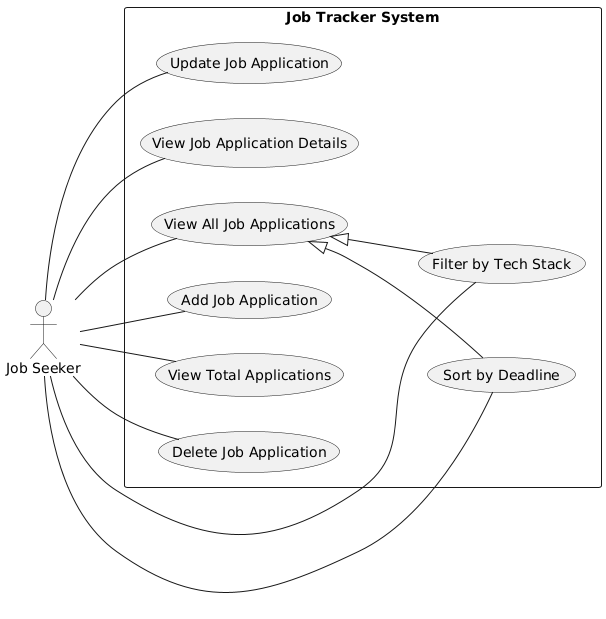
ComPro2025AprilEntry/MPP-Project keeps this PlantUML diagram as frontend/resources/Use Case Diagram.png. Above is the earlier version.
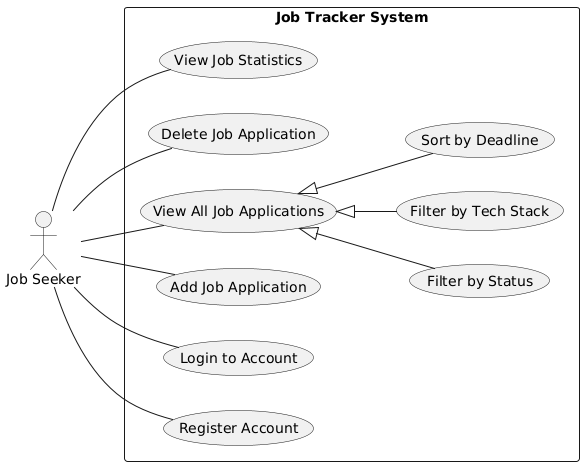
Later version of the same file.

What changed in the source:
```diff
@@ -4,29 +4,28 @@
 actor "Job Seeker" as JobSeeker
 
 rectangle "Job Tracker System" {
+    usecase "Register Account" as Register
+    usecase "Login to Account" as Login
+
     usecase "Add Job Application" as AddJob
     usecase "View All Job Applications" as ViewAll
-    usecase "View Job Application Details" as ViewDetails
-    usecase "Update Job Application" as UpdateJob
     usecase "Delete Job Application" as DeleteJob
+    usecase "View Job Statistics" as ViewStats
 
+    usecase "Filter by Status" as FilterStatus
     usecase "Filter by Tech Stack" as FilterTechStack
+    usecase "Sort by Deadline" as SortDeadline
+}
 
-    usecase "Sort by Deadline" as SortDeadline
-
-    usecase "View Total Applications" as ViewTotal
-}
+JobSeeker -- Register
+JobSeeker -- Login
 
 JobSeeker -- AddJob
 JobSeeker -- ViewAll
-JobSeeker -- ViewDetails
-JobSeeker -- UpdateJob
 JobSeeker -- DeleteJob
+JobSeeker -- ViewStats
 
-JobSeeker -- FilterTechStack
-JobSeeker -- SortDeadline
-JobSeeker -- ViewTotal
-
+ViewAll <|-- FilterStatus
 ViewAll <|-- FilterTechStack
 ViewAll <|-- SortDeadline
 @enduml
```
